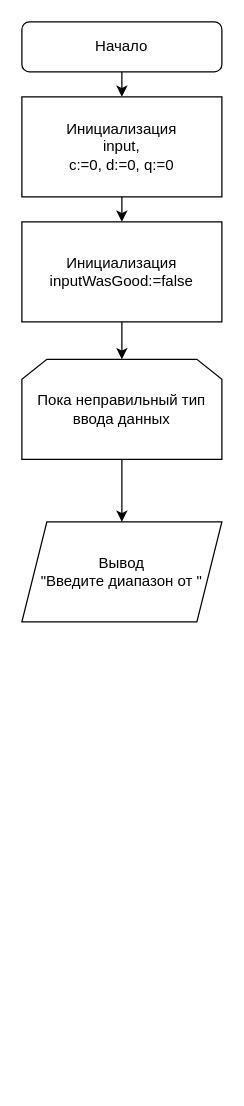
This is Untitled Diagram.drawio from Bagdasaryan/Bagdasaryan, a draw.io file, before an edit. Source tidied: cells renumbered, new cells numbered last; positions are measured from the earlier drawing's top-left corner, leaving out a move shared by most shapes. Both pictures are drawn from the tidied source at 125%, with x=0, y=0 at pixel (21, 21).
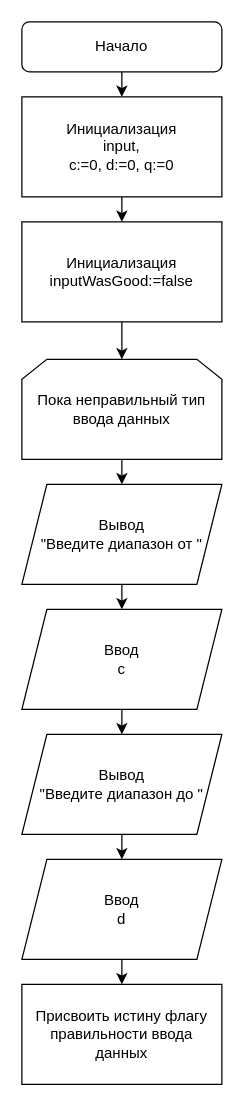
Above is the later version.

Diff of the diagram source:
```diff
@@
 <mxGraphModel>
   <root>
     <mxCell id="0" />
     <mxCell id="1" parent="0" />
     <mxCell id="2" value="Начало" style="rounded=1;whiteSpace=wrap;html=1;" parent="1" vertex="1">
       <mxGeometry width="160" height="40" as="geometry" />
     </mxCell>
     <mxCell id="3" style="endArrow=classic;html=1;exitX=0.5;exitY=1;exitDx=0;exitDy=0;entryX=0.5;entryY=0;entryDx=0;entryDy=0;" parent="1" edge="1" source="2" target="4">
       <mxGeometry relative="1" as="geometry" />
     </mxCell>
     <mxCell id="4" value="Инициализация&lt;br&gt;input,&lt;br&gt;c:=0, d:=0, q:=0" style="rounded=0;whiteSpace=wrap;html=1;" parent="1" vertex="1">
       <mxGeometry y="60" width="160" height="80" as="geometry" />
     </mxCell>
     <mxCell id="5" style="endArrow=classic;html=1;exitX=0.5;exitY=1;exitDx=0;exitDy=0;entryX=0.5;entryY=0;entryDx=0;entryDy=0;" parent="1" edge="1" source="4" target="6">
       <mxGeometry relative="1" as="geometry" />
     </mxCell>
     <mxCell id="6" value="Инициализация&lt;br&gt;inputWasGood:=false" style="rounded=0;whiteSpace=wrap;html=1;" parent="1" vertex="1">
       <mxGeometry y="160" width="160" height="80" as="geometry" />
     </mxCell>
     <mxCell id="7" value="Пока неправильный тип ввода данных" style="shape=loopLimit;whiteSpace=wrap;html=1;" parent="1" vertex="1">
       <mxGeometry y="270" width="160" height="80" as="geometry" />
     </mxCell>
     <mxCell id="8" style="endArrow=classic;html=1;exitX=0.5;exitY=1;exitDx=0;exitDy=0;entryX=0.5;entryY=0;entryDx=0;entryDy=0;" parent="1" edge="1" source="6" target="7">
       <mxGeometry relative="1" as="geometry" />
     </mxCell>
     <mxCell id="9" value="Вывод&lt;br&gt;&quot;Введите диапазон от &quot;" style="shape=parallelogram;perimeter=parallelogramPerimeter;whiteSpace=wrap;html=1;fixedSize=1;" parent="1" vertex="1">
-      <mxGeometry y="400" width="160" height="80" as="geometry" />
+      <mxGeometry y="370" width="160" height="80" as="geometry" />
     </mxCell>
     <mxCell id="10" style="endArrow=classic;html=1;exitX=0.5;exitY=1;exitDx=0;exitDy=0;entryX=0.5;entryY=0;entryDx=0;entryDy=0;" parent="1" edge="1" source="7" target="9">
       <mxGeometry relative="1" as="geometry" />
     </mxCell>
+    <mxCell id="11" value="Ввод&lt;br&gt;c" style="shape=parallelogram;perimeter=parallelogramPerimeter;whiteSpace=wrap;html=1;fixedSize=1;" parent="1" vertex="1">
+      <mxGeometry y="470" width="160" height="80" as="geometry" />
+    </mxCell>
+    <mxCell id="12" style="endArrow=classic;html=1;exitX=0.5;exitY=1;exitDx=0;exitDy=0;entryX=0.5;entryY=0;entryDx=0;entryDy=0;" parent="1" edge="1" source="9" target="11">
+      <mxGeometry relative="1" as="geometry" />
+    </mxCell>
+    <mxCell id="13" value="Вывод&lt;br&gt;&quot;Введите диапазон до &quot;" style="shape=parallelogram;perimeter=parallelogramPerimeter;whiteSpace=wrap;html=1;fixedSize=1;" parent="1" vertex="1">
+      <mxGeometry y="570" width="160" height="80" as="geometry" />
+    </mxCell>
+    <mxCell id="14" style="endArrow=classic;html=1;exitX=0.5;exitY=1;exitDx=0;exitDy=0;entryX=0.5;entryY=0;entryDx=0;entryDy=0;" parent="1" edge="1" source="11" target="13">
+      <mxGeometry relative="1" as="geometry" />
+    </mxCell>
+    <mxCell id="15" value="Ввод&lt;br&gt;d" style="shape=parallelogram;perimeter=parallelogramPerimeter;whiteSpace=wrap;html=1;fixedSize=1;" parent="1" vertex="1">
+      <mxGeometry y="670" width="160" height="80" as="geometry" />
+    </mxCell>
+    <mxCell id="16" style="endArrow=classic;html=1;entryX=0.5;entryY=0;entryDx=0;entryDy=0;exitX=0.5;exitY=1;exitDx=0;exitDy=0;" parent="1" edge="1" source="13" target="15">
+      <mxGeometry relative="1" as="geometry" />
+    </mxCell>
+    <mxCell id="17" value="Присвоить истину флагу правильности ввода данных" style="rounded=0;whiteSpace=wrap;html=1;" parent="1" vertex="1">
+      <mxGeometry y="770" width="160" height="80" as="geometry" />
+    </mxCell>
+    <mxCell id="18" style="endArrow=classic;html=1;exitX=0.5;exitY=1;exitDx=0;exitDy=0;entryX=0.5;entryY=0;entryDx=0;entryDy=0;" parent="1" edge="1" source="15" target="17">
+      <mxGeometry relative="1" as="geometry" />
+    </mxCell>
   </root>
 </mxGraphModel>
```
